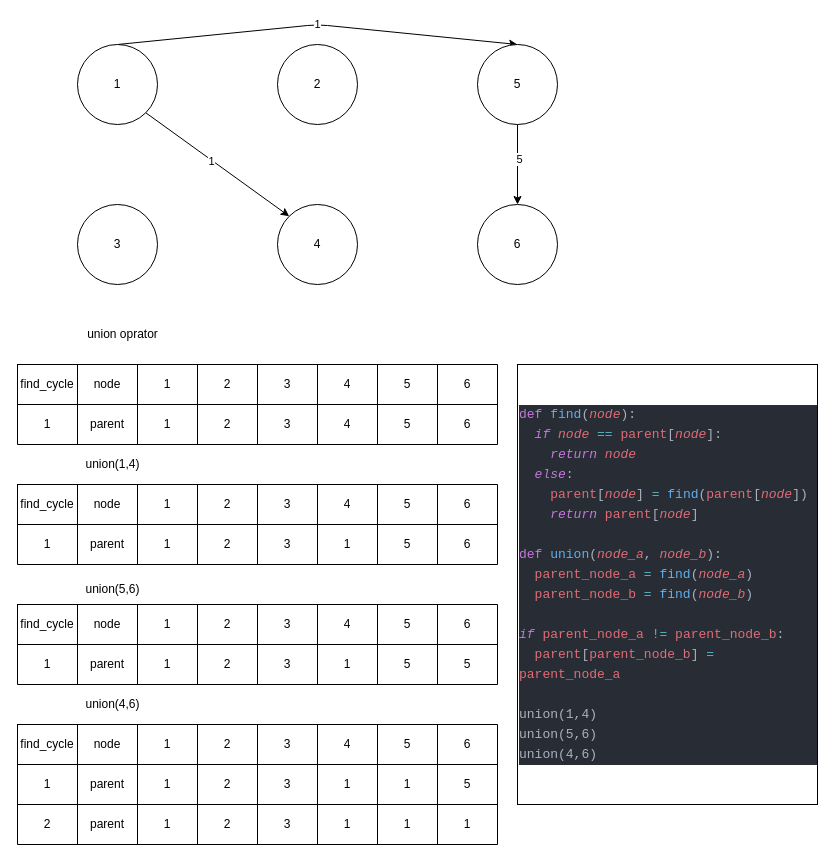
This is 6. 그래프/유니온 파인드(union-find)/__유니온 파인.drawio from zcvfcat/algorithm, a draw.io file, before an edit. Source tidied: cells renumbered, new cells numbered last; positions are measured from the earlier drawing's top-left corner, leaving out a move shared by most shapes. Both pictures are drawn from the tidied source at 100%, with x=0, y=0 at pixel (17, 24).
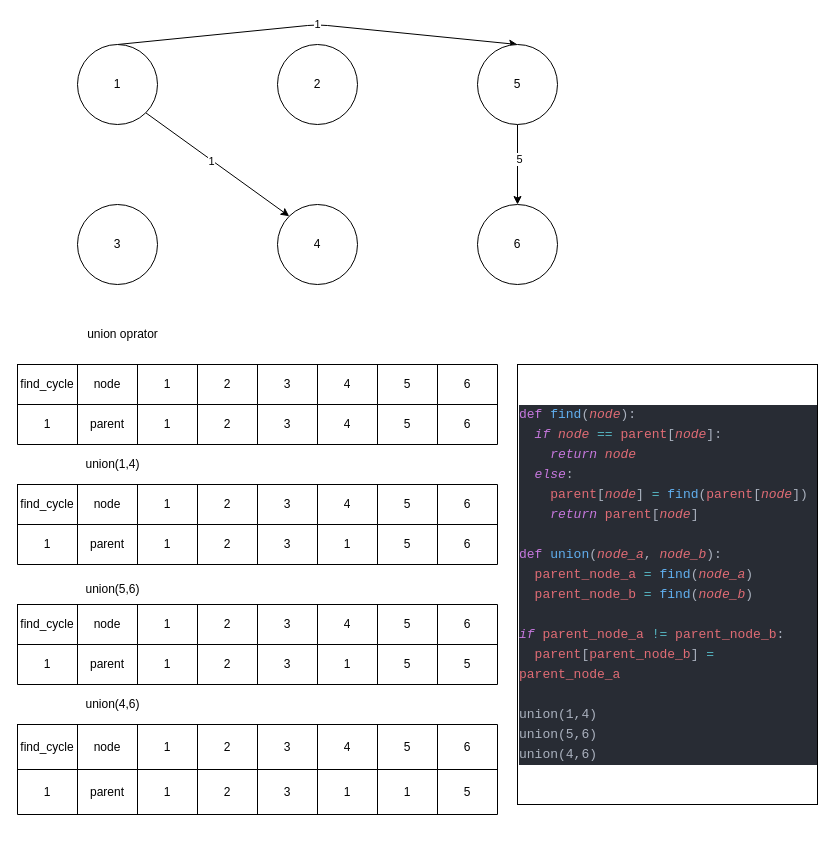
The same diagram, later.

Diff of the diagram source:
```diff
@@
     <mxCell id="73" style="shape=table;startSize=0;childLayout=tableLayout;" parent="1" vertex="1">
-      <mxGeometry y="700" width="480" height="120" as="geometry" />
+      <mxGeometry y="700" width="480" height="90" as="geometry" />
     </mxCell>
     <mxCell id="74" style="shape=partialRectangle;fillColor=none;top=0;left=0;bottom=0;right=0;" parent="73" vertex="1">
-      <mxGeometry width="480" height="40" as="geometry" />
+      <mxGeometry width="480" height="45" as="geometry" />
     </mxCell>
     <mxCell id="75" value="find_cycle" style="shape=partialRectangle;html=1;whiteSpace=wrap;overflow=hidden;fillColor=none;top=0;left=0;bottom=0;right=0;" parent="74" vertex="1">
-      <mxGeometry width="60" height="40" as="geometry" />
+      <mxGeometry width="60" height="45" as="geometry" />
     </mxCell>
     <mxCell id="76" value="node" style="shape=partialRectangle;html=1;whiteSpace=wrap;overflow=hidden;fillColor=none;top=0;left=0;bottom=0;right=0;" parent="74" vertex="1">
-      <mxGeometry x="60" width="60" height="40" as="geometry" />
+      <mxGeometry x="60" width="60" height="45" as="geometry" />
     </mxCell>
     <mxCell id="77" value="1" style="shape=partialRectangle;html=1;whiteSpace=wrap;overflow=hidden;fillColor=none;top=0;left=0;bottom=0;right=0;" parent="74" vertex="1">
-      <mxGeometry x="120" width="60" height="40" as="geometry" />
+      <mxGeometry x="120" width="60" height="45" as="geometry" />
     </mxCell>
     <mxCell id="78" value="2" style="shape=partialRectangle;html=1;whiteSpace=wrap;overflow=hidden;fillColor=none;top=0;left=0;bottom=0;right=0;" parent="74" vertex="1">
-      <mxGeometry x="180" width="60" height="40" as="geometry" />
+      <mxGeometry x="180" width="60" height="45" as="geometry" />
     </mxCell>
     <mxCell id="79" value="3" style="shape=partialRectangle;html=1;whiteSpace=wrap;overflow=hidden;fillColor=none;top=0;left=0;bottom=0;right=0;" parent="74" vertex="1">
-      <mxGeometry x="240" width="60" height="40" as="geometry" />
+      <mxGeometry x="240" width="60" height="45" as="geometry" />
     </mxCell>
     <mxCell id="80" value="4" style="shape=partialRectangle;html=1;whiteSpace=wrap;overflow=hidden;fillColor=none;top=0;left=0;bottom=0;right=0;" parent="74" vertex="1">
-      <mxGeometry x="300" width="60" height="40" as="geometry" />
+      <mxGeometry x="300" width="60" height="45" as="geometry" />
     </mxCell>
     <mxCell id="81" value="5" style="shape=partialRectangle;html=1;whiteSpace=wrap;overflow=hidden;fillColor=none;top=0;left=0;bottom=0;right=0;" parent="74" vertex="1">
-      <mxGeometry x="360" width="60" height="40" as="geometry" />
+      <mxGeometry x="360" width="60" height="45" as="geometry" />
     </mxCell>
     <mxCell id="82" value="6" style="shape=partialRectangle;html=1;whiteSpace=wrap;overflow=hidden;fillColor=none;top=0;left=0;bottom=0;right=0;" parent="74" vertex="1">
-      <mxGeometry x="420" width="60" height="40" as="geometry" />
+      <mxGeometry x="420" width="60" height="45" as="geometry" />
     </mxCell>
     <mxCell id="83" style="shape=partialRectangle;fillColor=none;top=0;left=0;bottom=0;right=0;" parent="73" vertex="1">
-      <mxGeometry y="40" width="480" height="40" as="geometry" />
+      <mxGeometry y="45" width="480" height="45" as="geometry" />
     </mxCell>
     <mxCell id="84" value="1" style="shape=partialRectangle;html=1;whiteSpace=wrap;overflow=hidden;fillColor=none;top=0;left=0;bottom=0;right=0;" parent="83" vertex="1">
-      <mxGeometry width="60" height="40" as="geometry" />
+      <mxGeometry width="60" height="45" as="geometry" />
     </mxCell>
     <mxCell id="85" value="parent" style="shape=partialRectangle;html=1;whiteSpace=wrap;overflow=hidden;fillColor=none;top=0;left=0;bottom=0;right=0;" parent="83" vertex="1">
-      <mxGeometry x="60" width="60" height="40" as="geometry" />
+      <mxGeometry x="60" width="60" height="45" as="geometry" />
     </mxCell>
     <mxCell id="86" value="1" style="shape=partialRectangle;html=1;whiteSpace=wrap;overflow=hidden;fillColor=none;top=0;left=0;bottom=0;right=0;" parent="83" vertex="1">
-      <mxGeometry x="120" width="60" height="40" as="geometry" />
+      <mxGeometry x="120" width="60" height="45" as="geometry" />
     </mxCell>
     <mxCell id="87" value="2" style="shape=partialRectangle;html=1;whiteSpace=wrap;overflow=hidden;fillColor=none;top=0;left=0;bottom=0;right=0;" parent="83" vertex="1">
-      <mxGeometry x="180" width="60" height="40" as="geometry" />
+      <mxGeometry x="180" width="60" height="45" as="geometry" />
     </mxCell>
     <mxCell id="88" value="3" style="shape=partialRectangle;html=1;whiteSpace=wrap;overflow=hidden;fillColor=none;top=0;left=0;bottom=0;right=0;" parent="83" vertex="1">
-      <mxGeometry x="240" width="60" height="40" as="geometry" />
+      <mxGeometry x="240" width="60" height="45" as="geometry" />
     </mxCell>
     <mxCell id="89" value="1" style="shape=partialRectangle;html=1;whiteSpace=wrap;overflow=hidden;fillColor=none;top=0;left=0;bottom=0;right=0;" parent="83" vertex="1">
-      <mxGeometry x="300" width="60" height="40" as="geometry" />
+      <mxGeometry x="300" width="60" height="45" as="geometry" />
     </mxCell>
     <mxCell id="90" value="1" style="shape=partialRectangle;html=1;whiteSpace=wrap;overflow=hidden;fillColor=none;top=0;left=0;bottom=0;right=0;" parent="83" vertex="1">
-      <mxGeometry x="360" width="60" height="40" as="geometry" />
+      <mxGeometry x="360" width="60" height="45" as="geometry" />
     </mxCell>
     <mxCell id="91" value="5" style="shape=partialRectangle;html=1;whiteSpace=wrap;overflow=hidden;fillColor=none;top=0;left=0;bottom=0;right=0;" parent="83" vertex="1">
-      <mxGeometry x="420" width="60" height="40" as="geometry" />
+      <mxGeometry x="420" width="60" height="45" as="geometry" />
     </mxCell>
-    <mxCell id="92" style="shape=partialRectangle;fillColor=none;top=0;left=0;bottom=0;right=0;" parent="73" vertex="1">
-      <mxGeometry y="80" width="480" height="40" as="geometry" />
-    </mxCell>
-    <mxCell id="93" value="2" style="shape=partialRectangle;html=1;whiteSpace=wrap;overflow=hidden;fillColor=none;top=0;left=0;bottom=0;right=0;" parent="92" vertex="1">
-      <mxGeometry width="60" height="40" as="geometry" />
-    </mxCell>
-    <mxCell id="94" value="parent" style="shape=partialRectangle;html=1;whiteSpace=wrap;overflow=hidden;fillColor=none;top=0;left=0;bottom=0;right=0;" parent="92" vertex="1">
-      <mxGeometry x="60" width="60" height="40" as="geometry" />
-    </mxCell>
-    <mxCell id="95" value="1" style="shape=partialRectangle;html=1;whiteSpace=wrap;overflow=hidden;fillColor=none;top=0;left=0;bottom=0;right=0;" parent="92" vertex="1">
-      <mxGeometry x="120" width="60" height="40" as="geometry" />
-    </mxCell>
-    <mxCell id="96" value="2" style="shape=partialRectangle;html=1;whiteSpace=wrap;overflow=hidden;fillColor=none;top=0;left=0;bottom=0;right=0;" parent="92" vertex="1">
-      <mxGeometry x="180" width="60" height="40" as="geometry" />
-    </mxCell>
-    <mxCell id="97" value="3" style="shape=partialRectangle;html=1;whiteSpace=wrap;overflow=hidden;fillColor=none;top=0;left=0;bottom=0;right=0;" parent="92" vertex="1">
-      <mxGeometry x="240" width="60" height="40" as="geometry" />
-    </mxCell>
-    <mxCell id="98" value="1" style="shape=partialRectangle;html=1;whiteSpace=wrap;overflow=hidden;fillColor=none;top=0;left=0;bottom=0;right=0;" parent="92" vertex="1">
-      <mxGeometry x="300" width="60" height="40" as="geometry" />
-    </mxCell>
-    <mxCell id="99" value="1" style="shape=partialRectangle;html=1;whiteSpace=wrap;overflow=hidden;fillColor=none;top=0;left=0;bottom=0;right=0;" parent="92" vertex="1">
-      <mxGeometry x="360" width="60" height="40" as="geometry" />
-    </mxCell>
-    <mxCell id="100" value="1" style="shape=partialRectangle;html=1;whiteSpace=wrap;overflow=hidden;fillColor=none;top=0;left=0;bottom=0;right=0;" parent="92" vertex="1">
-      <mxGeometry x="420" width="60" height="40" as="geometry" />
-    </mxCell>
```
